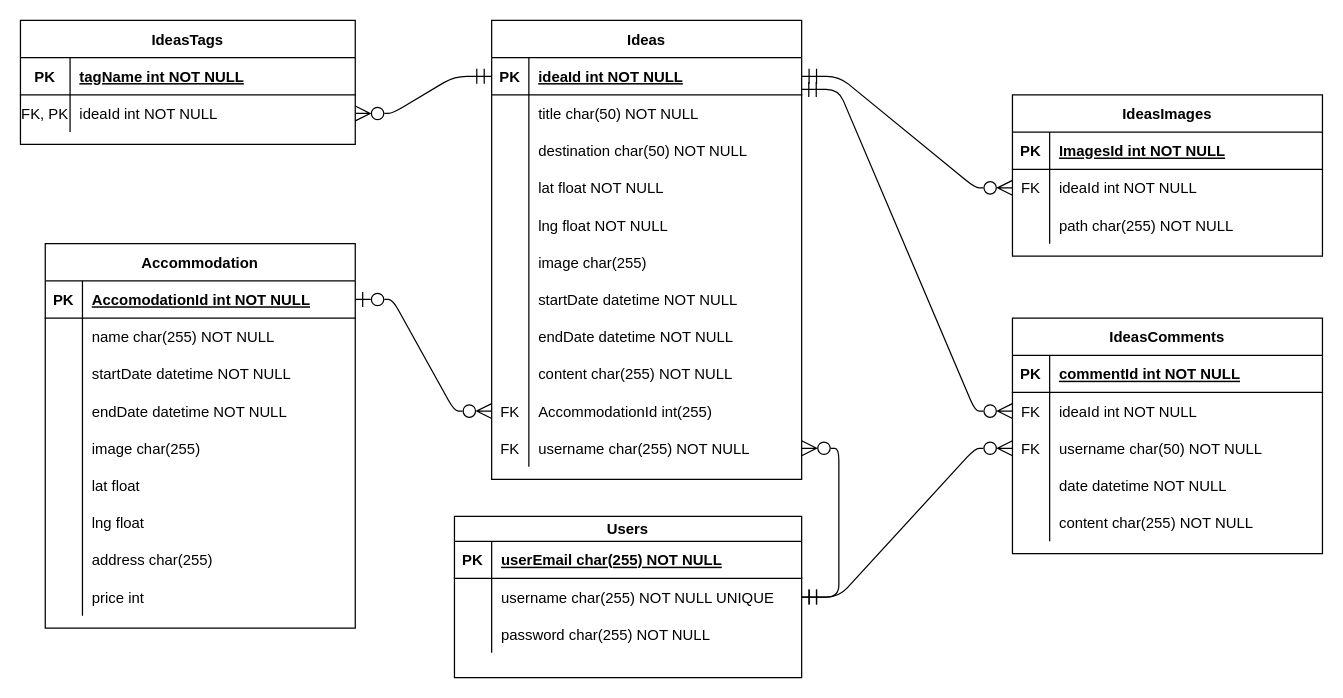
Before: Docs/ER Diagram.drawio in Connie-byte/icom6034-project, a draw.io diagram. Source tidied: cells renumbered, new cells numbered last; positions are measured from the earlier drawing's top-left corner, leaving out a move shared by most shapes. Both pictures are drawn from the tidied source at 124%, with x=0, y=0 at pixel (20, 20).
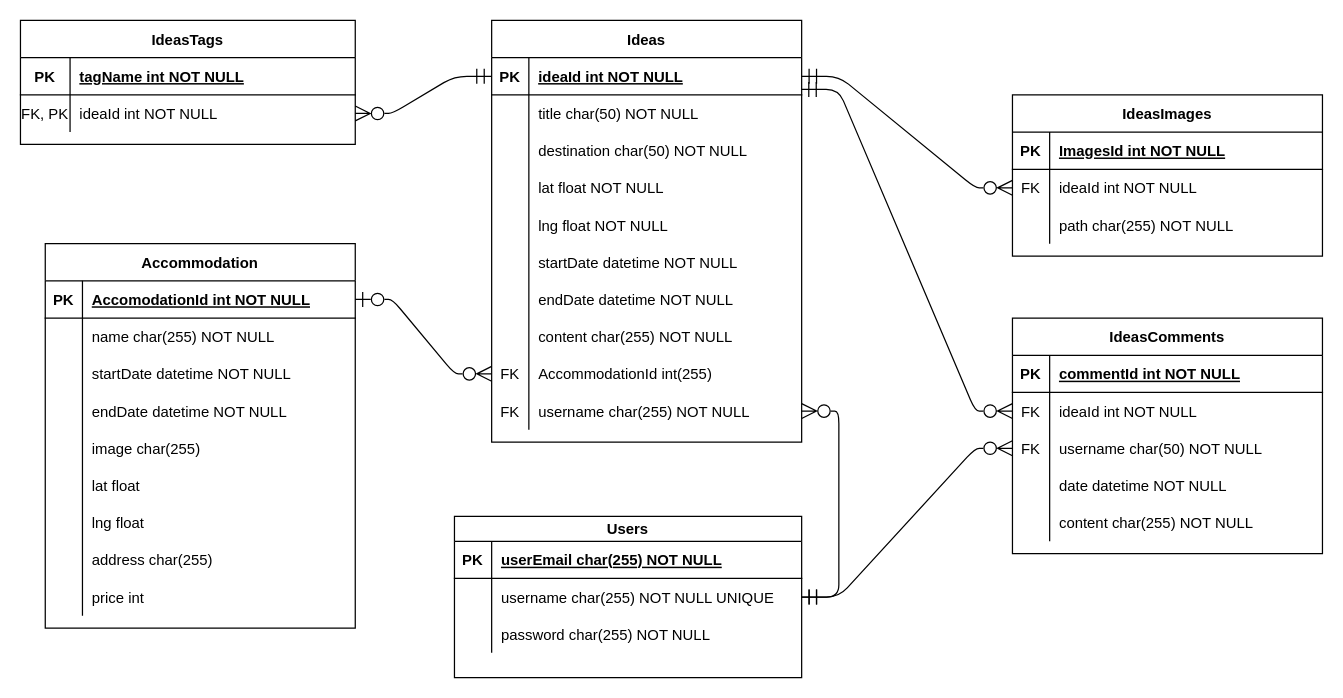
Above is the later version.

Commit message:
removed image in idea table

The edit, as a diff of the source:
```diff
@@
     <mxCell id="9" value="Ideas" style="shape=table;startSize=30;childLayout=tableLayout;rowLines=0;fontStyle=1;align=center;" parent="1" vertex="1">
-      <mxGeometry x="380" width="250" height="370" as="geometry" />
+      <mxGeometry x="380" width="250" height="340" as="geometry" />
     </mxCell>
@@
-    <mxCell id="25" style="shape=partialRectangle;fillColor=none;top=0;left=0;right=0;bottom=0;" parent="9" vertex="1">
-      <mxGeometry y="180" width="250" height="30" as="geometry" />
-    </mxCell>
-    <mxCell id="26" style="shape=partialRectangle;overflow=hidden;fillColor=none;top=0;left=0;bottom=0;right=0;" parent="25" vertex="1">
-      <mxGeometry width="30" height="30" as="geometry" />
-    </mxCell>
-    <mxCell id="27" value="image char(255)" style="shape=partialRectangle;overflow=hidden;fillColor=none;top=0;left=0;bottom=0;right=0;align=left;spacingLeft=6;" parent="25" vertex="1">
-      <mxGeometry x="30" width="220" height="30" as="geometry" />
-    </mxCell>
     <mxCell id="28" style="shape=partialRectangle;fillColor=none;top=0;left=0;right=0;bottom=0;" parent="9" vertex="1">
-      <mxGeometry y="210" width="250" height="30" as="geometry" />
+      <mxGeometry y="180" width="250" height="30" as="geometry" />
     </mxCell>
@@
     <mxCell id="31" style="shape=partialRectangle;fillColor=none;top=0;left=0;right=0;bottom=0;" parent="9" vertex="1">
-      <mxGeometry y="240" width="250" height="30" as="geometry" />
+      <mxGeometry y="210" width="250" height="30" as="geometry" />
     </mxCell>
@@
     <mxCell id="34" style="shape=partialRectangle;fillColor=none;top=0;left=0;right=0;bottom=0;" parent="9" vertex="1">
-      <mxGeometry y="270" width="250" height="30" as="geometry" />
+      <mxGeometry y="240" width="250" height="30" as="geometry" />
     </mxCell>
@@
     <mxCell id="37" style="shape=partialRectangle;fillColor=none;points=[[0,0.5],[1,0.5]];portConstraint=eastwest;top=0;left=0;right=0;bottom=0;" parent="9" vertex="1">
-      <mxGeometry y="300" width="250" height="30" as="geometry" />
+      <mxGeometry y="270" width="250" height="30" as="geometry" />
     </mxCell>
@@
     <mxCell id="40" style="shape=partialRectangle;fillColor=none;points=[[0,0.5],[1,0.5]];portConstraint=eastwest;top=0;left=0;right=0;bottom=0;" parent="9" vertex="1">
-      <mxGeometry y="330" width="250" height="30" as="geometry" />
+      <mxGeometry y="300" width="250" height="30" as="geometry" />
     </mxCell>
```
